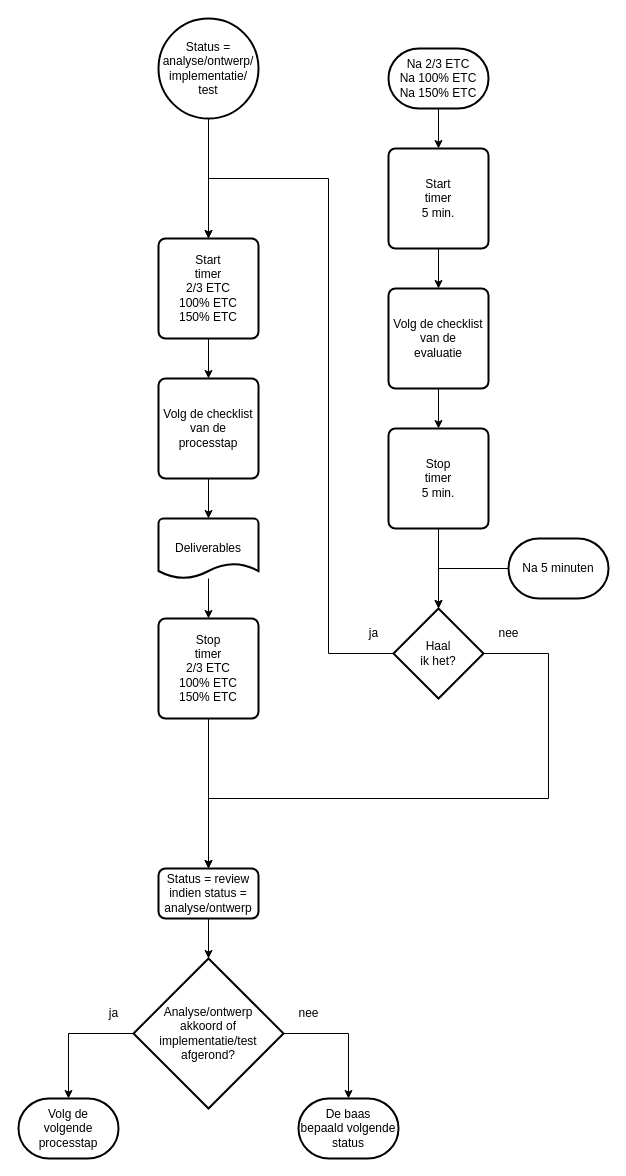
Above: 2 Issue Tracker tijdtriggers.drawio in Zaibatsu89/IssueTracker (draw.io), before the change. Source tidied: cells renumbered, new cells numbered last; positions are measured from the earlier drawing's top-left corner, leaving out a move shared by most shapes. Both pictures are drawn from the tidied source at 100%, with x=0, y=0 at pixel (18, 18).
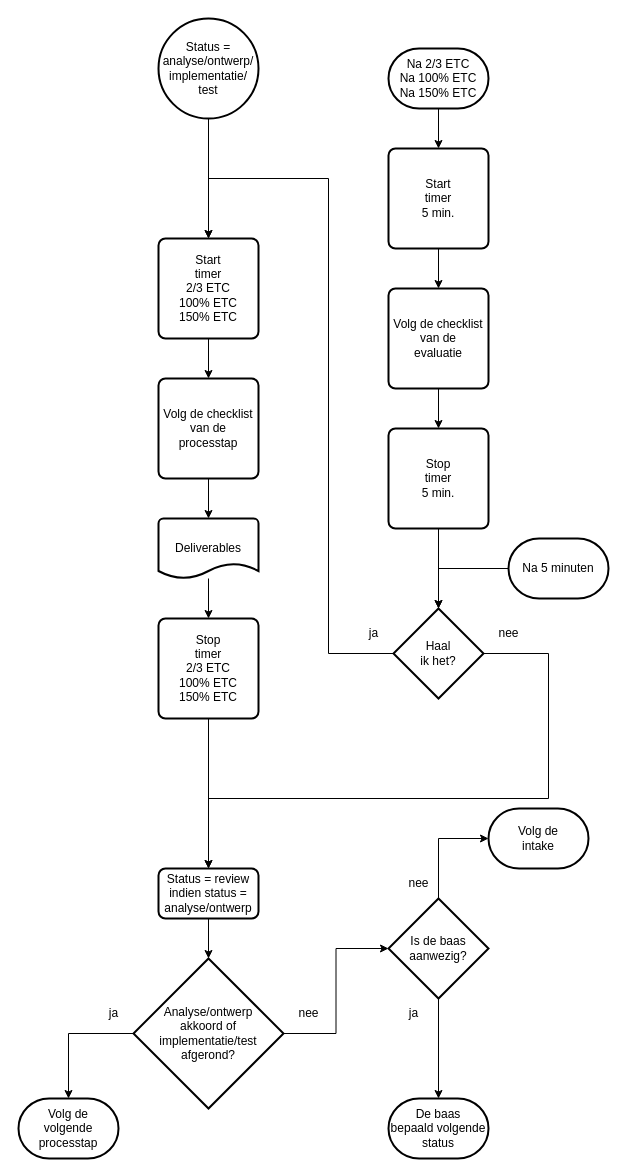
Above is the later version.

Commit message:
is de baas aanwezig? dan bepaald hij de volgende status, anders de intake volgen

Unchanged cells that the change refers to:
```xml
<mxCell id="8" value="Analyse/ontwerp&lt;br&gt;akkoord of&lt;br&gt;implementatie/test&lt;br&gt;afgerond?" style="strokeWidth=2;html=1;shape=mxgraph.flowchart.decision;whiteSpace=wrap;" parent="1" vertex="1">
  <mxGeometry x="115" y="940" width="150" height="150" as="geometry" />
</mxCell>
```

Diff of the diagram source:
```diff
@@
     <mxCell id="12" value="De baas&lt;br&gt;bepaald volgende&lt;br&gt;status" style="strokeWidth=2;html=1;shape=mxgraph.flowchart.terminator;whiteSpace=wrap;" parent="1" vertex="1">
-      <mxGeometry x="280" y="1080" width="100" height="60" as="geometry" />
+      <mxGeometry x="370" y="1080" width="100" height="60" as="geometry" />
     </mxCell>
-    <mxCell id="13" style="edgeStyle=orthogonalEdgeStyle;rounded=0;jettySize=auto;html=1;exitX=1;exitY=0.5;exitDx=0;exitDy=0;exitPerimeter=0;entryX=0.5;entryY=0;entryDx=0;entryDy=0;entryPerimeter=0;" parent="1" edge="1" source="8" target="12">
-      <mxGeometry relative="1" as="geometry" />
-    </mxCell>
@@
+    <mxCell id="39" value="Is de baas&lt;br&gt;aanwezig?" style="strokeWidth=2;html=1;shape=mxgraph.flowchart.decision;whiteSpace=wrap;" parent="1" vertex="1">
+      <mxGeometry x="370" y="880" width="100" height="100" as="geometry" />
+    </mxCell>
+    <mxCell id="40" style="edgeStyle=orthogonalEdgeStyle;rounded=0;jettySize=auto;html=1;exitX=1;exitY=0.5;exitDx=0;exitDy=0;exitPerimeter=0;entryX=0;entryY=0.5;entryDx=0;entryDy=0;entryPerimeter=0;" parent="1" edge="1" source="8" target="39">
+      <mxGeometry relative="1" as="geometry" />
+    </mxCell>
+    <mxCell id="41" value="Volg de&lt;br&gt;intake" style="strokeWidth=2;html=1;shape=mxgraph.flowchart.terminator;whiteSpace=wrap;" parent="1" vertex="1">
+      <mxGeometry x="470" y="790" width="100" height="60" as="geometry" />
+    </mxCell>
+    <mxCell id="42" value="ja" style="text;html=1;align=center;verticalAlign=middle;strokeColor=none;fillColor=none;" parent="1" vertex="1">
+      <mxGeometry x="380" y="980" width="30" height="30" as="geometry" />
+    </mxCell>
+    <mxCell id="43" value="nee" style="text;html=1;align=center;verticalAlign=middle;strokeColor=none;fillColor=none;" parent="1" vertex="1">
+      <mxGeometry x="380" y="850" width="40" height="30" as="geometry" />
+    </mxCell>
+    <mxCell id="44" style="edgeStyle=orthogonalEdgeStyle;rounded=0;jettySize=auto;html=1;exitX=0.5;exitY=0;exitDx=0;exitDy=0;exitPerimeter=0;entryX=0;entryY=0.5;entryDx=0;entryDy=0;entryPerimeter=0;" parent="1" edge="1" source="39" target="41">
+      <mxGeometry relative="1" as="geometry" />
+    </mxCell>
+    <mxCell id="45" style="edgeStyle=orthogonalEdgeStyle;rounded=0;jettySize=auto;html=1;exitX=0.5;exitY=1;exitDx=0;exitDy=0;exitPerimeter=0;entryX=0.5;entryY=0;entryDx=0;entryDy=0;entryPerimeter=0;" parent="1" edge="1" source="39" target="12">
+      <mxGeometry relative="1" as="geometry" />
+    </mxCell>
```
